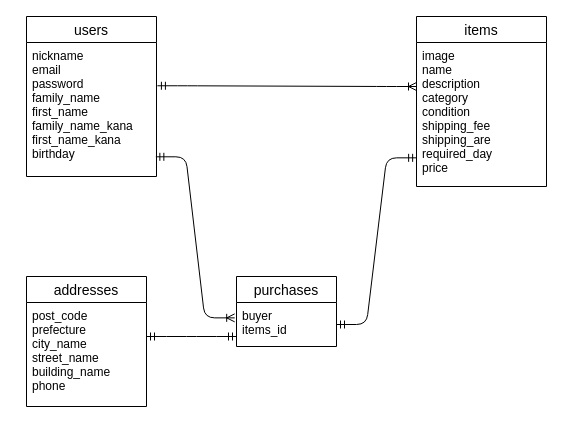
Hayashi-Satoki/furima-35238 keeps this draw.io diagram as ER.dio. Above is the earlier version. Source tidied: cells renumbered, new cells numbered last; positions are measured from the earlier drawing's top-left corner, leaving out a move shared by most shapes. Both pictures are drawn from the tidied source at 100%, with x=0, y=0 at pixel (26, 16).
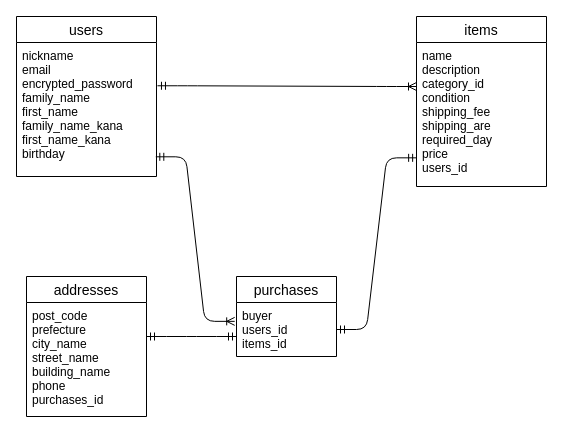
After the change.

What changed in the source:
```diff
@@
 <mxGraphModel>
   <root>
     <mxCell id="0" />
     <mxCell id="1" parent="0" />
     <mxCell id="2" value="users" style="swimlane;fontStyle=0;horizontal=1;startSize=26;align=center;fontSize=14;" parent="1" vertex="1">
-      <mxGeometry width="130" height="160" as="geometry" />
+      <mxGeometry x="-10" width="140" height="160" as="geometry" />
     </mxCell>
-    <mxCell id="3" value="nickname&#10;email&#10;password&#10;family_name&#10;first_name&#10;family_name_kana&#10;first_name_kana&#10;birthday" style="text;strokeColor=none;fillColor=none;spacingLeft=4;spacingRight=4;overflow=hidden;points=[[0,0.5],[1,0.5]];portConstraint=eastwest;fontSize=12;" parent="2" vertex="1">
-      <mxGeometry y="26" width="130" height="134" as="geometry" />
+    <mxCell id="3" value="nickname&#10;email&#10;encrypted_password&#10;family_name&#10;first_name&#10;family_name_kana&#10;first_name_kana&#10;birthday" style="text;strokeColor=none;fillColor=none;spacingLeft=4;spacingRight=4;overflow=hidden;points=[[0,0.5],[1,0.5]];portConstraint=eastwest;fontSize=12;" parent="2" vertex="1">
+      <mxGeometry y="26" width="140" height="134" as="geometry" />
     </mxCell>
     <mxCell id="4" value="items" style="swimlane;fontStyle=0;horizontal=1;startSize=26;align=center;fontSize=14;" parent="1" vertex="1">
       <mxGeometry x="390" width="130" height="170" as="geometry" />
     </mxCell>
-    <mxCell id="5" value="image&#10;name&#10;description&#10;category&#10;condition&#10;shipping_fee&#10;shipping_are&#10;required_day&#10;price&#10;" style="text;strokeColor=none;fillColor=none;spacingLeft=4;spacingRight=4;overflow=hidden;points=[[0,0.5],[1,0.5]];portConstraint=eastwest;fontSize=12;" parent="4" vertex="1">
+    <mxCell id="5" value="name&#10;description&#10;category_id&#10;condition&#10;shipping_fee&#10;shipping_are&#10;required_day&#10;price&#10;users_id" style="text;strokeColor=none;fillColor=none;spacingLeft=4;spacingRight=4;overflow=hidden;points=[[0,0.5],[1,0.5]];portConstraint=eastwest;fontSize=12;" parent="4" vertex="1">
       <mxGeometry y="26" width="130" height="144" as="geometry" />
     </mxCell>
     <mxCell id="6" value="purchases" style="swimlane;fontStyle=0;horizontal=1;startSize=26;align=center;fontSize=14;" parent="1" vertex="1">
-      <mxGeometry x="210" y="260" width="100" height="70" as="geometry" />
+      <mxGeometry x="210" y="260" width="100" height="80" as="geometry" />
     </mxCell>
-    <mxCell id="7" value="buyer&#10;items_id" style="text;strokeColor=none;fillColor=none;spacingLeft=4;spacingRight=4;overflow=hidden;points=[[0,0.5],[1,0.5]];portConstraint=eastwest;fontSize=12;" parent="6" vertex="1">
-      <mxGeometry y="26" width="100" height="44" as="geometry" />
+    <mxCell id="7" value="buyer&#10;users_id&#10;items_id" style="text;strokeColor=none;fillColor=none;spacingLeft=4;spacingRight=4;overflow=hidden;points=[[0,0.5],[1,0.5]];portConstraint=eastwest;fontSize=12;" parent="6" vertex="1">
+      <mxGeometry y="26" width="100" height="54" as="geometry" />
     </mxCell>
     <mxCell id="8" value="addresses" style="swimlane;fontStyle=0;horizontal=1;startSize=26;align=center;fontSize=14;" parent="1" vertex="1">
-      <mxGeometry y="260" width="120" height="130" as="geometry" />
+      <mxGeometry y="260" width="120" height="140" as="geometry" />
     </mxCell>
-    <mxCell id="9" value="post_code&#10;prefecture&#10;city_name&#10;street_name&#10;building_name&#10;phone" style="text;strokeColor=none;fillColor=none;spacingLeft=4;spacingRight=4;overflow=hidden;fontSize=12;" parent="8" vertex="1">
-      <mxGeometry y="26" width="120" height="104" as="geometry" />
+    <mxCell id="9" value="post_code&#10;prefecture&#10;city_name&#10;street_name&#10;building_name&#10;phone&#10;purchases_id" style="text;strokeColor=none;fillColor=none;spacingLeft=4;spacingRight=4;overflow=hidden;fontSize=12;" parent="8" vertex="1">
+      <mxGeometry y="26" width="120" height="114" as="geometry" />
     </mxCell>
     <mxCell id="10" style="edgeStyle=entityRelationEdgeStyle;fontSize=12;html=1;endArrow=ERoneToMany;startArrow=ERmandOne;exitX=1.007;exitY=0.323;exitDx=0;exitDy=0;exitPerimeter=0;" parent="1" edge="1" source="3">
       <mxGeometry relative="1" as="geometry">
         <mxPoint x="390" y="70" as="targetPoint" />
       </mxGeometry>
     </mxCell>
     <mxCell id="11" style="edgeStyle=entityRelationEdgeStyle;fontSize=12;html=1;endArrow=ERoneToMany;startArrow=ERmandOne;entryX=-0.018;entryY=0.349;entryDx=0;entryDy=0;entryPerimeter=0;exitX=0.995;exitY=0.853;exitDx=0;exitDy=0;exitPerimeter=0;" parent="1" edge="1" source="3" target="7">
       <mxGeometry relative="1" as="geometry" />
     </mxCell>
     <mxCell id="12" style="edgeStyle=entityRelationEdgeStyle;fontSize=12;html=1;endArrow=ERmandOne;startArrow=ERmandOne;exitX=1;exitY=0.5;exitDx=0;exitDy=0;entryX=0.001;entryY=0.801;entryDx=0;entryDy=0;entryPerimeter=0;" parent="1" edge="1" source="7" target="5">
       <mxGeometry relative="1" as="geometry" />
     </mxCell>
     <mxCell id="13" style="edgeStyle=entityRelationEdgeStyle;fontSize=12;html=1;endArrow=ERmandOne;startArrow=ERmandOne;" parent="1" edge="1">
       <mxGeometry relative="1" as="geometry">
         <mxPoint x="120" y="320" as="sourcePoint" />
         <mxPoint x="210" y="320" as="targetPoint" />
       </mxGeometry>
     </mxCell>
   </root>
 </mxGraphModel>
```
